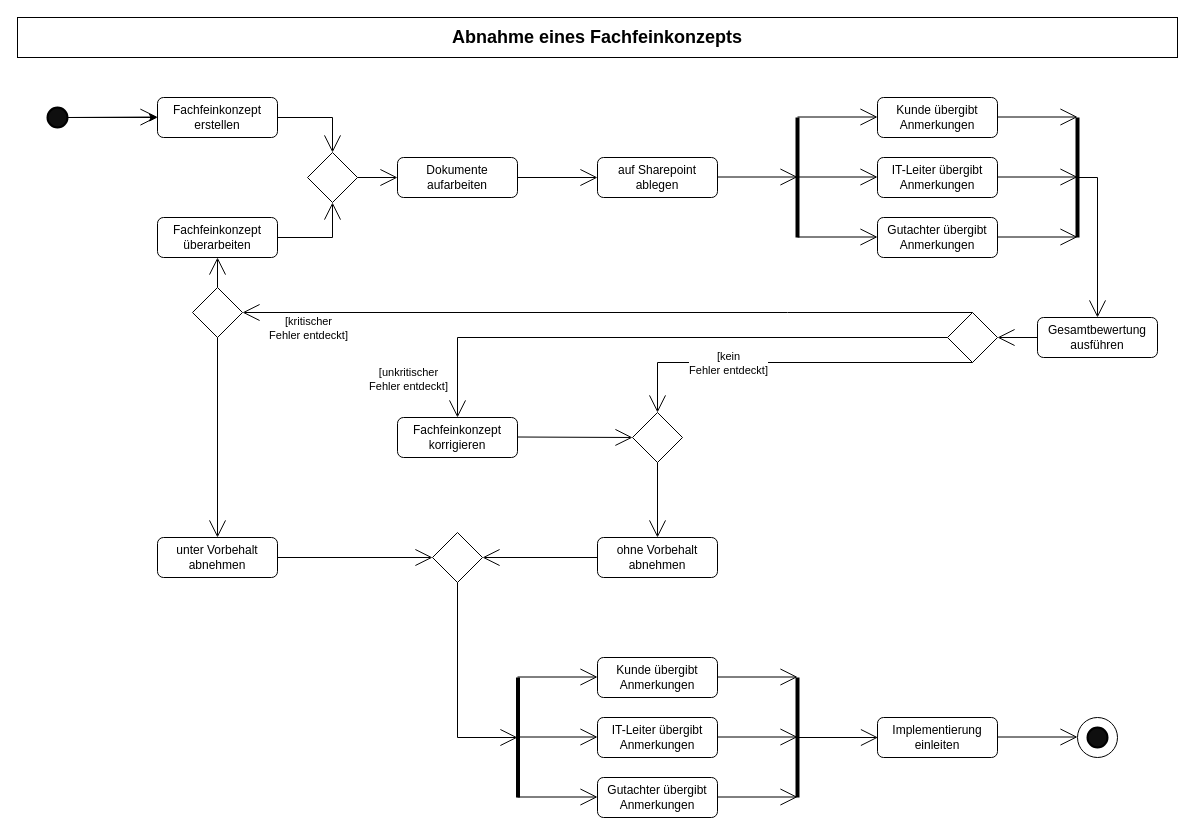
Earlier version of the draw.io diagram AbnahmeFachfeinkonzept.drawio (tobiasenger/zeichnungen). Source tidied: cells renumbered, new cells numbered last; positions are measured from the earlier drawing's top-left corner, leaving out a move shared by most shapes. Both pictures are drawn from the tidied source at 100%, with x=0, y=0 at pixel (17, 17).
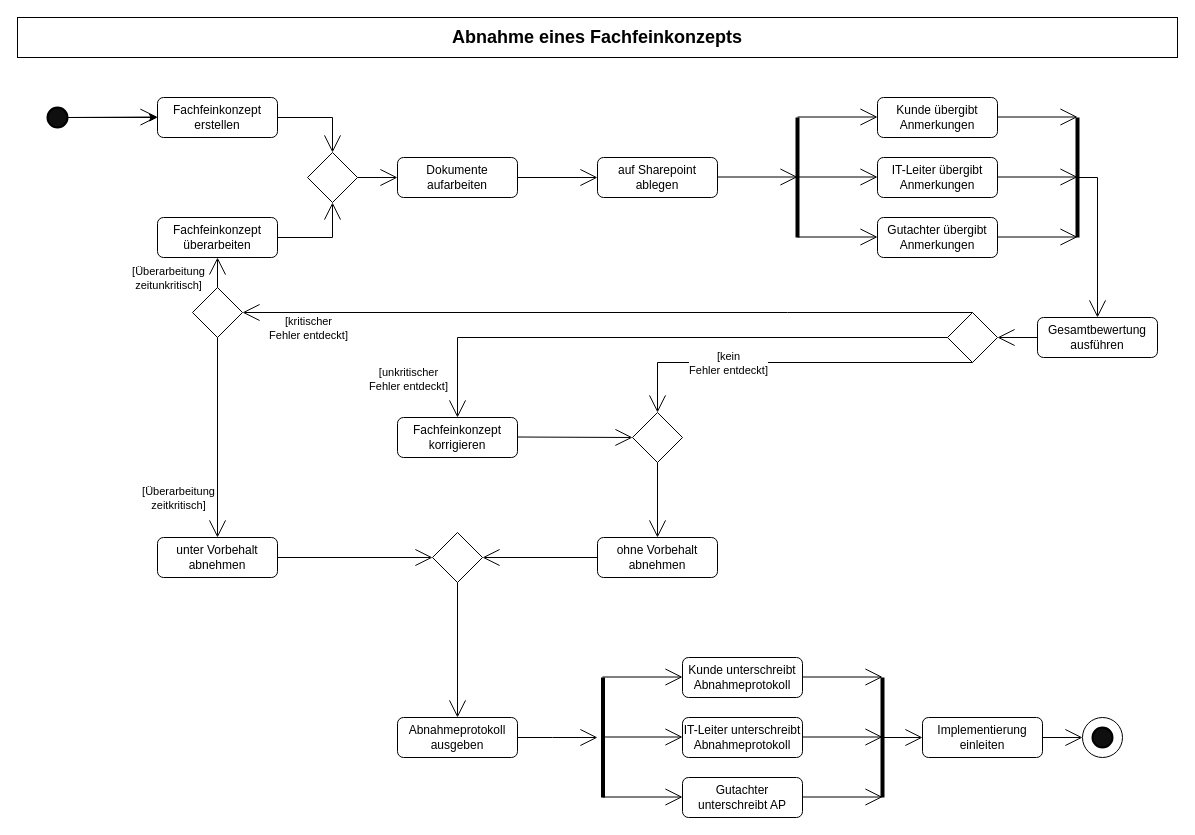
The same diagram, later.

Unchanged cells that the change refers to:
```xml
<mxCell id="27" style="edgeStyle=orthogonalEdgeStyle;rounded=0;jettySize=auto;html=1;exitX=0.5;exitY=0;exitDx=0;exitDy=0;endArrow=open;endFill=0;endSize=15;entryX=0.5;entryY=1;entryDx=0;entryDy=0;" parent="1" edge="1" source="40" target="29">
  <mxGeometry relative="1" as="geometry" />
</mxCell>
<mxCell id="46" style="rhombus;whiteSpace=wrap;html=1;" parent="1" vertex="1">
  <mxGeometry x="415" y="515" width="50" height="50" as="geometry" />
</mxCell>
```

Diff of the diagram source:
```diff
@@
     <mxCell id="2" style="ellipse;whiteSpace=wrap;html=1;" parent="1" vertex="1">
-      <mxGeometry x="1060" y="700" width="40" height="40" as="geometry" />
+      <mxGeometry x="1065" y="700" width="40" height="40" as="geometry" />
     </mxCell>
@@
+    <mxCell id="66" value="[Überarbeitung&lt;br&gt;zeitunkritisch]" style="edgeLabel;html=1;align=center;verticalAlign=middle;" parent="27" vertex="1">
+      <mxGeometry x="0.13" relative="1" as="geometry">
+        <mxPoint x="-50" y="7" as="offset" />
+      </mxGeometry>
+    </mxCell>
+    <mxCell id="67" value="[Überarbeitung&lt;br&gt;zeitkritisch]" style="edgeLabel;html=1;align=center;verticalAlign=middle;" parent="27" vertex="1">
+      <mxGeometry x="0.13" relative="1" as="geometry">
+        <mxPoint x="-40" y="227" as="offset" />
+      </mxGeometry>
+    </mxCell>
@@
-    <mxCell id="49" style="edgeStyle=orthogonalEdgeStyle;rounded=0;jettySize=auto;html=1;exitX=0.5;exitY=1;exitDx=0;exitDy=0;endArrow=open;endFill=0;endSize=15;" parent="1" edge="1" source="46">
+    <mxCell id="49" style="edgeStyle=orthogonalEdgeStyle;rounded=0;jettySize=auto;html=1;exitX=1;exitY=0.5;exitDx=0;exitDy=0;endArrow=open;endFill=0;endSize=15;" parent="1" edge="1" source="68">
       <mxGeometry relative="1" as="geometry">
-        <mxPoint x="500" y="720" as="targetPoint" />
-        <Array as="points">
-          <mxPoint x="440" y="720" />
-        </Array>
+        <mxPoint x="580" y="720" as="targetPoint" />
       </mxGeometry>
     </mxCell>
     <mxCell id="50" style="endArrow=none;html=1;rounded=0;strokeWidth=4;" parent="1" edge="1">
       <mxGeometry relative="1" as="geometry">
-        <mxPoint x="500.5" y="780" as="sourcePoint" />
-        <mxPoint x="500.5" y="660" as="targetPoint" />
+        <mxPoint x="585.5" y="780" as="sourcePoint" />
+        <mxPoint x="585.5" y="660" as="targetPoint" />
       </mxGeometry>
     </mxCell>
-    <mxCell id="51" value="Kunde übergibt Anmerkungen" style="rounded=1;whiteSpace=wrap;html=1;" parent="1" vertex="1">
-      <mxGeometry x="580" y="640" width="120" height="40" as="geometry" />
+    <mxCell id="51" value="Kunde unterschreibt Abnahmeprotokoll" style="rounded=1;whiteSpace=wrap;html=1;" parent="1" vertex="1">
+      <mxGeometry x="665" y="640" width="120" height="40" as="geometry" />
     </mxCell>
-    <mxCell id="52" value="Gutachter übergibt Anmerkungen" style="rounded=1;whiteSpace=wrap;html=1;" parent="1" vertex="1">
-      <mxGeometry x="580" y="760" width="120" height="40" as="geometry" />
+    <mxCell id="52" value="Gutachter unterschreibt AP" style="rounded=1;whiteSpace=wrap;html=1;" parent="1" vertex="1">
+      <mxGeometry x="665" y="760" width="120" height="40" as="geometry" />
     </mxCell>
-    <mxCell id="53" value="IT-Leiter übergibt Anmerkungen" style="rounded=1;whiteSpace=wrap;html=1;" parent="1" vertex="1">
-      <mxGeometry x="580" y="700" width="120" height="40" as="geometry" />
+    <mxCell id="53" value="IT-Leiter unterschreibt Abnahmeprotokoll" style="rounded=1;whiteSpace=wrap;html=1;" parent="1" vertex="1">
+      <mxGeometry x="665" y="700" width="120" height="40" as="geometry" />
     </mxCell>
     <mxCell id="54" style="edgeStyle=orthogonalEdgeStyle;rounded=0;orthogonalLoop=1;jettySize=auto;html=1;exitX=1;exitY=0.5;exitDx=0;exitDy=0;entryX=0;entryY=0.5;entryDx=0;entryDy=0;endArrow=open;endFill=0;endSize=15;" parent="1" edge="1">
       <mxGeometry relative="1" as="geometry">
-        <mxPoint x="500" y="779.5" as="sourcePoint" />
-        <mxPoint x="580" y="779.5" as="targetPoint" />
+        <mxPoint x="585" y="779.5" as="sourcePoint" />
+        <mxPoint x="665" y="779.5" as="targetPoint" />
       </mxGeometry>
     </mxCell>
     <mxCell id="55" style="edgeStyle=orthogonalEdgeStyle;rounded=0;orthogonalLoop=1;jettySize=auto;html=1;exitX=1;exitY=0.5;exitDx=0;exitDy=0;entryX=0;entryY=0.5;entryDx=0;entryDy=0;endArrow=open;endFill=0;endSize=15;" parent="1" edge="1">
       <mxGeometry relative="1" as="geometry">
-        <mxPoint x="500" y="719.5" as="sourcePoint" />
-        <mxPoint x="580" y="719.5" as="targetPoint" />
+        <mxPoint x="585" y="719.5" as="sourcePoint" />
+        <mxPoint x="665" y="719.5" as="targetPoint" />
       </mxGeometry>
     </mxCell>
     <mxCell id="56" style="edgeStyle=orthogonalEdgeStyle;rounded=0;orthogonalLoop=1;jettySize=auto;html=1;exitX=1;exitY=0.5;exitDx=0;exitDy=0;entryX=0;entryY=0.5;entryDx=0;entryDy=0;endArrow=open;endFill=0;endSize=15;" parent="1" edge="1">
       <mxGeometry relative="1" as="geometry">
-        <mxPoint x="500" y="659.5" as="sourcePoint" />
-        <mxPoint x="580" y="659.5" as="targetPoint" />
+        <mxPoint x="585" y="659.5" as="sourcePoint" />
+        <mxPoint x="665" y="659.5" as="targetPoint" />
       </mxGeometry>
     </mxCell>
     <mxCell id="57" style="endArrow=none;html=1;rounded=0;strokeWidth=4;" parent="1" edge="1">
       <mxGeometry relative="1" as="geometry">
-        <mxPoint x="780" y="780" as="sourcePoint" />
-        <mxPoint x="780" y="660" as="targetPoint" />
+        <mxPoint x="865" y="780" as="sourcePoint" />
+        <mxPoint x="865" y="660" as="targetPoint" />
       </mxGeometry>
     </mxCell>
     <mxCell id="58" style="edgeStyle=orthogonalEdgeStyle;rounded=0;orthogonalLoop=1;jettySize=auto;html=1;exitX=1;exitY=0.5;exitDx=0;exitDy=0;entryX=0;entryY=0.5;entryDx=0;entryDy=0;endArrow=open;endFill=0;endSize=15;" parent="1" edge="1">
       <mxGeometry relative="1" as="geometry">
-        <mxPoint x="700" y="779.5" as="sourcePoint" />
-        <mxPoint x="780" y="779.5" as="targetPoint" />
+        <mxPoint x="785" y="779.5" as="sourcePoint" />
+        <mxPoint x="865" y="779.5" as="targetPoint" />
       </mxGeometry>
     </mxCell>
     <mxCell id="59" style="edgeStyle=orthogonalEdgeStyle;rounded=0;orthogonalLoop=1;jettySize=auto;html=1;exitX=1;exitY=0.5;exitDx=0;exitDy=0;entryX=0;entryY=0.5;entryDx=0;entryDy=0;endArrow=open;endFill=0;endSize=15;" parent="1" edge="1">
       <mxGeometry relative="1" as="geometry">
-        <mxPoint x="700" y="719.5" as="sourcePoint" />
-        <mxPoint x="780" y="719.5" as="targetPoint" />
+        <mxPoint x="785" y="719.5" as="sourcePoint" />
+        <mxPoint x="865" y="719.5" as="targetPoint" />
       </mxGeometry>
     </mxCell>
     <mxCell id="60" style="edgeStyle=orthogonalEdgeStyle;rounded=0;orthogonalLoop=1;jettySize=auto;html=1;exitX=1;exitY=0.5;exitDx=0;exitDy=0;entryX=0;entryY=0.5;entryDx=0;entryDy=0;endArrow=open;endFill=0;endSize=15;" parent="1" edge="1">
       <mxGeometry relative="1" as="geometry">
-        <mxPoint x="700" y="659.5" as="sourcePoint" />
-        <mxPoint x="780" y="659.5" as="targetPoint" />
+        <mxPoint x="785" y="659.5" as="sourcePoint" />
+        <mxPoint x="865" y="659.5" as="targetPoint" />
       </mxGeometry>
     </mxCell>
-    <mxCell id="61" style="edgeStyle=orthogonalEdgeStyle;rounded=0;orthogonalLoop=1;jettySize=auto;html=1;exitX=1;exitY=0.5;exitDx=0;exitDy=0;entryX=0;entryY=0.5;entryDx=0;entryDy=0;endArrow=open;endFill=0;endSize=15;" parent="1" edge="1">
+    <mxCell id="61" style="edgeStyle=orthogonalEdgeStyle;rounded=0;orthogonalLoop=1;jettySize=auto;html=1;exitX=1;exitY=0.5;exitDx=0;exitDy=0;endArrow=open;endFill=0;endSize=15;" parent="1" edge="1">
       <mxGeometry relative="1" as="geometry">
-        <mxPoint x="780.5" y="720" as="sourcePoint" />
-        <mxPoint x="860.5" y="720" as="targetPoint" />
+        <mxPoint x="865.5" y="720" as="sourcePoint" />
+        <mxPoint x="905" y="720" as="targetPoint" />
       </mxGeometry>
     </mxCell>
     <mxCell id="62" value="Implementierung einleiten" style="rounded=1;whiteSpace=wrap;html=1;" parent="1" vertex="1">
-      <mxGeometry x="860" y="700" width="120" height="40" as="geometry" />
+      <mxGeometry x="905" y="700" width="120" height="40" as="geometry" />
     </mxCell>
     <mxCell id="63" style="strokeWidth=2;html=1;shape=mxgraph.flowchart.start_2;whiteSpace=wrap;fillColor=#0F0F0F;" parent="1" vertex="1">
-      <mxGeometry x="1070" y="710" width="20" height="20" as="geometry" />
+      <mxGeometry x="1075" y="710" width="20" height="20" as="geometry" />
     </mxCell>
-    <mxCell id="64" style="edgeStyle=orthogonalEdgeStyle;rounded=0;orthogonalLoop=1;jettySize=auto;html=1;exitX=1;exitY=0.5;exitDx=0;exitDy=0;entryX=0;entryY=0.5;entryDx=0;entryDy=0;endArrow=open;endFill=0;endSize=15;" parent="1" edge="1">
-      <mxGeometry relative="1" as="geometry">
-        <mxPoint x="980" y="719.5" as="sourcePoint" />
-        <mxPoint x="1060" y="719.5" as="targetPoint" />
-      </mxGeometry>
-    </mxCell>
@@
+    <mxCell id="68" value="Abnahmeprotokoll ausgeben" style="rounded=1;whiteSpace=wrap;html=1;" parent="1" vertex="1">
+      <mxGeometry x="380" y="700" width="120" height="40" as="geometry" />
+    </mxCell>
+    <mxCell id="69" style="edgeStyle=orthogonalEdgeStyle;rounded=0;jettySize=auto;html=1;exitX=0.5;exitY=1;exitDx=0;exitDy=0;endArrow=open;endFill=0;endSize=15;entryX=0.5;entryY=0;entryDx=0;entryDy=0;" parent="1" edge="1" source="46" target="68">
+      <mxGeometry relative="1" as="geometry" />
+    </mxCell>
+    <mxCell id="70" style="edgeStyle=orthogonalEdgeStyle;rounded=0;jettySize=auto;html=1;exitX=1;exitY=0.5;exitDx=0;exitDy=0;entryX=0;entryY=0.5;entryDx=0;entryDy=0;endArrow=open;endFill=0;endSize=15;" parent="1" edge="1" source="62" target="2">
+      <mxGeometry relative="1" as="geometry" />
+    </mxCell>
```
